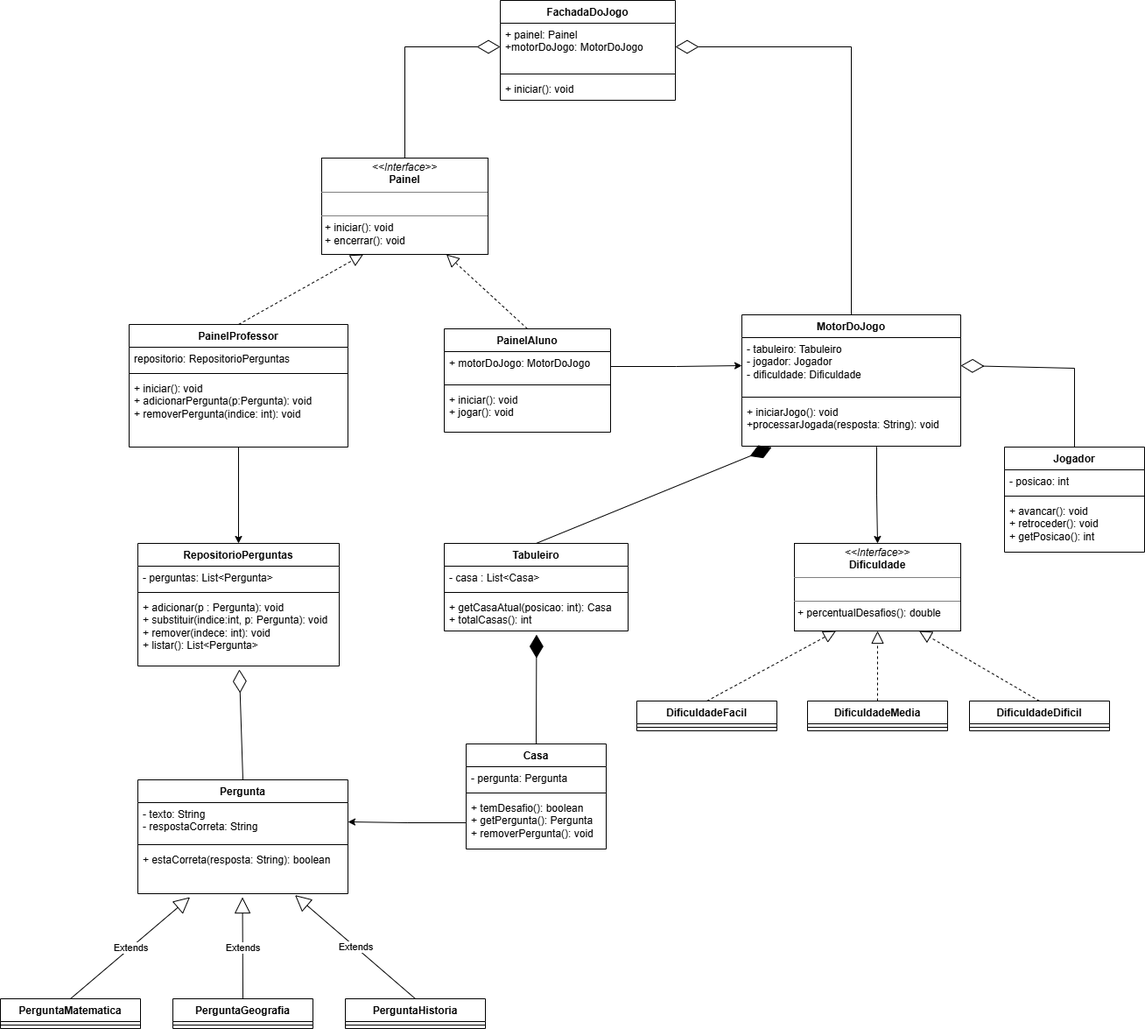
The draw.io diagram docs/Diagrama-Classes.png in AquilaDavid/Trilha-do-Saber, before a commit. Source tidied: cells renumbered, new cells last; positions are measured from the earlier drawing's top-left corner, leaving out a move shared by most shapes.
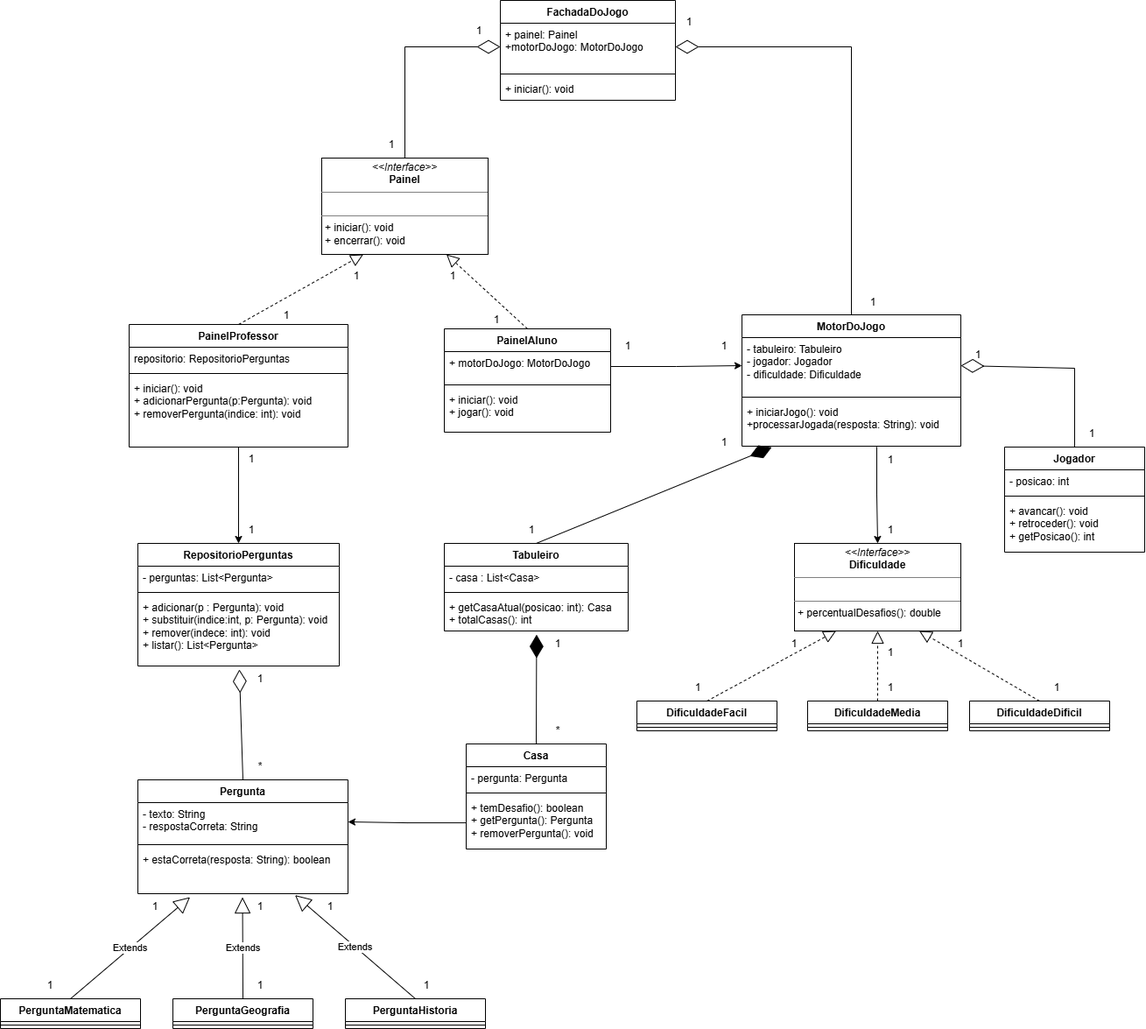
Later version of the same file.

Commit message:
doc: Adição da carnalidade no Diagrama de Classes

Diff of the diagram source:
```diff
@@ -100,9 +100,9 @@
     <mxCell id="31" value="- pergunta: Pergunta" style="text;strokeColor=none;fillColor=none;align=left;verticalAlign=top;spacingLeft=4;spacingRight=4;overflow=hidden;whiteSpace=wrap;html=1;" parent="30" vertex="1">
       <mxGeometry y="26" width="160" height="26" as="geometry" />
     </mxCell>
-    <mxCell id="32" style="line;strokeWidth=1;fillColor=none;align=left;verticalAlign=middle;spacingTop=-1;spacingLeft=3;spacingRight=3;labelPosition=right;strokeColor=inherit;" parent="30" vertex="1">
-      <mxGeometry y="52" width="160" height="8" as="geometry" />
-    </mxCell>
+    <mxCell id="70" style="line;strokeWidth=1;fillColor=none;align=left;verticalAlign=middle;spacingTop=-1;spacingLeft=3;spacingRight=3;labelPosition=right;strokeColor=inherit;" parent="30" vertex="1">
+      <mxGeometry y="52" width="160" height="8" as="geometry" />
+    </mxCell>
     <mxCell id="33" value="+ temDesafio(): boolean&lt;div&gt;+ getPergunta(): Pergunta&lt;/div&gt;&lt;div&gt;+ removerPergunta(): void&lt;/div&gt;&lt;div&gt;&lt;br&gt;&lt;/div&gt;" style="text;strokeColor=none;fillColor=none;align=left;verticalAlign=top;spacingLeft=4;spacingRight=4;overflow=hidden;points=[[0,0.5],[1,0.5]];portConstraint=eastwest;whiteSpace=wrap;html=1;" parent="30" vertex="1">
       <mxGeometry y="60" width="160" height="60" as="geometry" />
     </mxCell>
@@ -145,21 +145,21 @@
     <mxCell id="46" value="PerguntaMatematica" style="swimlane;fontStyle=1;align=center;verticalAlign=top;horizontal=1;startSize=26;whiteSpace=wrap;html=1;" parent="1" vertex="1">
       <mxGeometry y="1140" width="160" height="34" as="geometry" />
     </mxCell>
-    <mxCell id="47" style="line;strokeWidth=1;fillColor=none;align=left;verticalAlign=middle;spacingTop=-1;spacingLeft=3;spacingRight=3;labelPosition=right;strokeColor=inherit;" parent="46" vertex="1">
-      <mxGeometry y="26" width="160" height="8" as="geometry" />
-    </mxCell>
+    <mxCell id="71" style="line;strokeWidth=1;fillColor=none;align=left;verticalAlign=middle;spacingTop=-1;spacingLeft=3;spacingRight=3;labelPosition=right;strokeColor=inherit;" parent="46" vertex="1">
+      <mxGeometry y="26" width="160" height="8" as="geometry" />
+    </mxCell>
     <mxCell id="48" value="PerguntaGeografia" style="swimlane;fontStyle=1;align=center;verticalAlign=top;horizontal=1;startSize=26;whiteSpace=wrap;html=1;" parent="1" vertex="1">
       <mxGeometry x="197" y="1140" width="160" height="34" as="geometry" />
     </mxCell>
-    <mxCell id="49" style="line;strokeWidth=1;fillColor=none;align=left;verticalAlign=middle;spacingTop=-1;spacingLeft=3;spacingRight=3;labelPosition=right;strokeColor=inherit;" parent="48" vertex="1">
-      <mxGeometry y="26" width="160" height="8" as="geometry" />
-    </mxCell>
+    <mxCell id="72" style="line;strokeWidth=1;fillColor=none;align=left;verticalAlign=middle;spacingTop=-1;spacingLeft=3;spacingRight=3;labelPosition=right;strokeColor=inherit;" parent="48" vertex="1">
+      <mxGeometry y="26" width="160" height="8" as="geometry" />
+    </mxCell>
     <mxCell id="50" value="PerguntaHistoria" style="swimlane;fontStyle=1;align=center;verticalAlign=top;horizontal=1;startSize=26;whiteSpace=wrap;html=1;" parent="1" vertex="1">
       <mxGeometry x="394" y="1140" width="160" height="34" as="geometry" />
     </mxCell>
-    <mxCell id="51" style="line;strokeWidth=1;fillColor=none;align=left;verticalAlign=middle;spacingTop=-1;spacingLeft=3;spacingRight=3;labelPosition=right;strokeColor=inherit;" parent="50" vertex="1">
-      <mxGeometry y="26" width="160" height="8" as="geometry" />
-    </mxCell>
+    <mxCell id="73" style="line;strokeWidth=1;fillColor=none;align=left;verticalAlign=middle;spacingTop=-1;spacingLeft=3;spacingRight=3;labelPosition=right;strokeColor=inherit;" parent="50" vertex="1">
+      <mxGeometry y="26" width="160" height="8" as="geometry" />
+    </mxCell>
     <mxCell id="52" value="Extends" style="endArrow=block;endSize=16;endFill=0;html=1;rounded=0;exitX=0.5;exitY=0;exitDx=0;exitDy=0;entryX=0.248;entryY=1.077;entryDx=0;entryDy=0;entryPerimeter=0;" parent="1" edge="1" source="46" target="43">
       <mxGeometry relative="1" as="geometry" />
     </mxCell>
@@ -175,21 +175,21 @@
     <mxCell id="56" value="DificuldadeFacil" style="swimlane;fontStyle=1;align=center;verticalAlign=top;horizontal=1;startSize=26;whiteSpace=wrap;html=1;" parent="1" vertex="1">
       <mxGeometry x="727" y="800" width="160" height="34" as="geometry" />
     </mxCell>
-    <mxCell id="57" style="line;strokeWidth=1;fillColor=none;align=left;verticalAlign=middle;spacingTop=-1;spacingLeft=3;spacingRight=3;labelPosition=right;strokeColor=inherit;" parent="56" vertex="1">
-      <mxGeometry y="26" width="160" height="8" as="geometry" />
-    </mxCell>
+    <mxCell id="74" style="line;strokeWidth=1;fillColor=none;align=left;verticalAlign=middle;spacingTop=-1;spacingLeft=3;spacingRight=3;labelPosition=right;strokeColor=inherit;" parent="56" vertex="1">
+      <mxGeometry y="26" width="160" height="8" as="geometry" />
+    </mxCell>
     <mxCell id="58" value="DificuldadeMedia" style="swimlane;fontStyle=1;align=center;verticalAlign=top;horizontal=1;startSize=26;whiteSpace=wrap;html=1;" parent="1" vertex="1">
       <mxGeometry x="922" y="800" width="160" height="34" as="geometry" />
     </mxCell>
-    <mxCell id="59" style="line;strokeWidth=1;fillColor=none;align=left;verticalAlign=middle;spacingTop=-1;spacingLeft=3;spacingRight=3;labelPosition=right;strokeColor=inherit;" parent="58" vertex="1">
-      <mxGeometry y="26" width="160" height="8" as="geometry" />
-    </mxCell>
+    <mxCell id="75" style="line;strokeWidth=1;fillColor=none;align=left;verticalAlign=middle;spacingTop=-1;spacingLeft=3;spacingRight=3;labelPosition=right;strokeColor=inherit;" parent="58" vertex="1">
+      <mxGeometry y="26" width="160" height="8" as="geometry" />
+    </mxCell>
     <mxCell id="60" value="DificuldadeDificil" style="swimlane;fontStyle=1;align=center;verticalAlign=top;horizontal=1;startSize=26;whiteSpace=wrap;html=1;" parent="1" vertex="1">
       <mxGeometry x="1107" y="800" width="160" height="34" as="geometry" />
     </mxCell>
-    <mxCell id="61" style="line;strokeWidth=1;fillColor=none;align=left;verticalAlign=middle;spacingTop=-1;spacingLeft=3;spacingRight=3;labelPosition=right;strokeColor=inherit;" parent="60" vertex="1">
-      <mxGeometry y="26" width="160" height="8" as="geometry" />
-    </mxCell>
+    <mxCell id="76" style="line;strokeWidth=1;fillColor=none;align=left;verticalAlign=middle;spacingTop=-1;spacingLeft=3;spacingRight=3;labelPosition=right;strokeColor=inherit;" parent="60" vertex="1">
+      <mxGeometry y="26" width="160" height="8" as="geometry" />
+    </mxCell>
     <mxCell id="62" style="endArrow=block;dashed=1;endFill=0;endSize=12;html=1;rounded=0;entryX=0.25;entryY=1;entryDx=0;entryDy=0;exitX=0.5;exitY=0;exitDx=0;exitDy=0;" parent="1" edge="1" source="56" target="55">
       <mxGeometry relative="1" as="geometry" />
     </mxCell>
@@ -205,9 +205,9 @@
     <mxCell id="66" value="- posicao: int" style="text;strokeColor=none;fillColor=none;align=left;verticalAlign=top;spacingLeft=4;spacingRight=4;overflow=hidden;whiteSpace=wrap;html=1;" parent="65" vertex="1">
       <mxGeometry y="26" width="160" height="26" as="geometry" />
     </mxCell>
-    <mxCell id="67" style="line;strokeWidth=1;fillColor=none;align=left;verticalAlign=middle;spacingTop=-1;spacingLeft=3;spacingRight=3;labelPosition=right;strokeColor=inherit;" parent="65" vertex="1">
-      <mxGeometry y="52" width="160" height="8" as="geometry" />
-    </mxCell>
+    <mxCell id="77" style="line;strokeWidth=1;fillColor=none;align=left;verticalAlign=middle;spacingTop=-1;spacingLeft=3;spacingRight=3;labelPosition=right;strokeColor=inherit;" parent="65" vertex="1">
+      <mxGeometry y="52" width="160" height="8" as="geometry" />
+    </mxCell>
     <mxCell id="68" value="+ avancar(): void&lt;div&gt;+ retroceder(): void&lt;/div&gt;&lt;div&gt;+ getPosicao(): int&lt;/div&gt;" style="text;strokeColor=none;fillColor=none;align=left;verticalAlign=top;spacingLeft=4;spacingRight=4;overflow=hidden;whiteSpace=wrap;html=1;" parent="65" vertex="1">
       <mxGeometry y="60" width="160" height="60" as="geometry" />
     </mxCell>
@@ -218,5 +218,107 @@
         </Array>
       </mxGeometry>
     </mxCell>
+    <mxCell id="78" value="1" style="text;html=1;whiteSpace=wrap;strokeColor=none;fillColor=none;align=center;verticalAlign=middle;rounded=0;" parent="1" vertex="1">
+      <mxGeometry x="517" y="20" width="60" height="30" as="geometry" />
+    </mxCell>
+    <mxCell id="79" value="1" style="text;html=1;whiteSpace=wrap;strokeColor=none;fillColor=none;align=center;verticalAlign=middle;rounded=0;" parent="1" vertex="1">
+      <mxGeometry x="417" y="150" width="60" height="30" as="geometry" />
+    </mxCell>
+    <mxCell id="80" value="1" style="text;html=1;whiteSpace=wrap;strokeColor=none;fillColor=none;align=center;verticalAlign=middle;rounded=0;" parent="1" vertex="1">
+      <mxGeometry x="757" y="10" width="60" height="30" as="geometry" />
+    </mxCell>
+    <mxCell id="81" value="1" style="text;html=1;whiteSpace=wrap;strokeColor=none;fillColor=none;align=center;verticalAlign=middle;rounded=0;" parent="1" vertex="1">
+      <mxGeometry x="967" y="330" width="60" height="30" as="geometry" />
+    </mxCell>
+    <mxCell id="82" value="1" style="text;html=1;whiteSpace=wrap;strokeColor=none;fillColor=none;align=center;verticalAlign=middle;rounded=0;" parent="1" vertex="1">
+      <mxGeometry x="377" y="300" width="60" height="30" as="geometry" />
+    </mxCell>
+    <mxCell id="83" value="1" style="text;html=1;whiteSpace=wrap;strokeColor=none;fillColor=none;align=center;verticalAlign=middle;rounded=0;" parent="1" vertex="1">
+      <mxGeometry x="297" y="345" width="60" height="30" as="geometry" />
+    </mxCell>
+    <mxCell id="84" value="1" style="text;html=1;whiteSpace=wrap;strokeColor=none;fillColor=none;align=center;verticalAlign=middle;rounded=0;" parent="1" vertex="1">
+      <mxGeometry x="487" y="300" width="60" height="30" as="geometry" />
+    </mxCell>
+    <mxCell id="85" value="1" style="text;html=1;whiteSpace=wrap;strokeColor=none;fillColor=none;align=center;verticalAlign=middle;rounded=0;" parent="1" vertex="1">
+      <mxGeometry x="537" y="350" width="60" height="30" as="geometry" />
+    </mxCell>
+    <mxCell id="86" value="1" style="text;html=1;whiteSpace=wrap;strokeColor=none;fillColor=none;align=center;verticalAlign=middle;rounded=0;" parent="1" vertex="1">
+      <mxGeometry x="687" y="380" width="60" height="30" as="geometry" />
+    </mxCell>
+    <mxCell id="87" value="1" style="text;html=1;whiteSpace=wrap;strokeColor=none;fillColor=none;align=center;verticalAlign=middle;rounded=0;" parent="1" vertex="1">
+      <mxGeometry x="797" y="380" width="60" height="30" as="geometry" />
+    </mxCell>
+    <mxCell id="88" value="1" style="text;html=1;whiteSpace=wrap;strokeColor=none;fillColor=none;align=center;verticalAlign=middle;rounded=0;" parent="1" vertex="1">
+      <mxGeometry x="257" y="509" width="60" height="30" as="geometry" />
+    </mxCell>
+    <mxCell id="89" value="1" style="text;html=1;whiteSpace=wrap;strokeColor=none;fillColor=none;align=center;verticalAlign=middle;rounded=0;" parent="1" vertex="1">
+      <mxGeometry x="257" y="590" width="60" height="30" as="geometry" />
+    </mxCell>
+    <mxCell id="90" value="1" style="text;html=1;whiteSpace=wrap;strokeColor=none;fillColor=none;align=center;verticalAlign=middle;rounded=0;" parent="1" vertex="1">
+      <mxGeometry x="267" y="760" width="60" height="30" as="geometry" />
+    </mxCell>
+    <mxCell id="91" value="*" style="text;html=1;whiteSpace=wrap;strokeColor=none;fillColor=none;align=center;verticalAlign=middle;rounded=0;" parent="1" vertex="1">
+      <mxGeometry x="267" y="860" width="60" height="30" as="geometry" />
+    </mxCell>
+    <mxCell id="92" value="1" style="text;html=1;whiteSpace=wrap;strokeColor=none;fillColor=none;align=center;verticalAlign=middle;rounded=0;" parent="1" vertex="1">
+      <mxGeometry x="607" y="720" width="60" height="30" as="geometry" />
+    </mxCell>
+    <mxCell id="93" value="*" style="text;html=1;whiteSpace=wrap;strokeColor=none;fillColor=none;align=center;verticalAlign=middle;rounded=0;" parent="1" vertex="1">
+      <mxGeometry x="607" y="819" width="60" height="30" as="geometry" />
+    </mxCell>
+    <mxCell id="94" value="1" style="text;html=1;whiteSpace=wrap;strokeColor=none;fillColor=none;align=center;verticalAlign=middle;rounded=0;" parent="1" vertex="1">
+      <mxGeometry x="1087" y="390" width="60" height="30" as="geometry" />
+    </mxCell>
+    <mxCell id="95" value="1" style="text;html=1;whiteSpace=wrap;strokeColor=none;fillColor=none;align=center;verticalAlign=middle;rounded=0;" parent="1" vertex="1">
+      <mxGeometry x="1217" y="480" width="60" height="30" as="geometry" />
+    </mxCell>
+    <mxCell id="96" value="1" style="text;html=1;whiteSpace=wrap;strokeColor=none;fillColor=none;align=center;verticalAlign=middle;rounded=0;" parent="1" vertex="1">
+      <mxGeometry x="987" y="510" width="60" height="30" as="geometry" />
+    </mxCell>
+    <mxCell id="97" value="1" style="text;html=1;whiteSpace=wrap;strokeColor=none;fillColor=none;align=center;verticalAlign=middle;rounded=0;" parent="1" vertex="1">
+      <mxGeometry x="987" y="590" width="60" height="30" as="geometry" />
+    </mxCell>
+    <mxCell id="98" value="1" style="text;html=1;whiteSpace=wrap;strokeColor=none;fillColor=none;align=center;verticalAlign=middle;rounded=0;" parent="1" vertex="1">
+      <mxGeometry x="797" y="490" width="60" height="30" as="geometry" />
+    </mxCell>
+    <mxCell id="99" value="1" style="text;html=1;whiteSpace=wrap;strokeColor=none;fillColor=none;align=center;verticalAlign=middle;rounded=0;" parent="1" vertex="1">
+      <mxGeometry x="577" y="590" width="60" height="30" as="geometry" />
+    </mxCell>
+    <mxCell id="100" value="1" style="text;html=1;whiteSpace=wrap;strokeColor=none;fillColor=none;align=center;verticalAlign=middle;rounded=0;" parent="1" vertex="1">
+      <mxGeometry x="347" y="1020" width="60" height="30" as="geometry" />
+    </mxCell>
+    <mxCell id="101" value="1" style="text;html=1;whiteSpace=wrap;strokeColor=none;fillColor=none;align=center;verticalAlign=middle;rounded=0;" parent="1" vertex="1">
+      <mxGeometry x="267" y="1020" width="60" height="30" as="geometry" />
+    </mxCell>
+    <mxCell id="102" value="1" style="text;html=1;whiteSpace=wrap;strokeColor=none;fillColor=none;align=center;verticalAlign=middle;rounded=0;" parent="1" vertex="1">
+      <mxGeometry x="147" y="1020" width="60" height="30" as="geometry" />
+    </mxCell>
+    <mxCell id="103" value="1" style="text;html=1;whiteSpace=wrap;strokeColor=none;fillColor=none;align=center;verticalAlign=middle;rounded=0;" parent="1" vertex="1">
+      <mxGeometry x="267" y="1110" width="60" height="30" as="geometry" />
+    </mxCell>
+    <mxCell id="104" value="1" style="text;html=1;whiteSpace=wrap;strokeColor=none;fillColor=none;align=center;verticalAlign=middle;rounded=0;" parent="1" vertex="1">
+      <mxGeometry x="457" y="1110" width="60" height="30" as="geometry" />
+    </mxCell>
+    <mxCell id="105" value="1" style="text;html=1;whiteSpace=wrap;strokeColor=none;fillColor=none;align=center;verticalAlign=middle;rounded=0;" parent="1" vertex="1">
+      <mxGeometry x="27" y="1110" width="60" height="30" as="geometry" />
+    </mxCell>
+    <mxCell id="106" value="1" style="text;html=1;whiteSpace=wrap;strokeColor=none;fillColor=none;align=center;verticalAlign=middle;rounded=0;" parent="1" vertex="1">
+      <mxGeometry x="987" y="730" width="60" height="30" as="geometry" />
+    </mxCell>
+    <mxCell id="107" value="1" style="text;html=1;whiteSpace=wrap;strokeColor=none;fillColor=none;align=center;verticalAlign=middle;rounded=0;" parent="1" vertex="1">
+      <mxGeometry x="987" y="770" width="60" height="30" as="geometry" />
+    </mxCell>
+    <mxCell id="108" value="1" style="text;html=1;whiteSpace=wrap;strokeColor=none;fillColor=none;align=center;verticalAlign=middle;rounded=0;" parent="1" vertex="1">
+      <mxGeometry x="877" y="720" width="60" height="30" as="geometry" />
+    </mxCell>
+    <mxCell id="109" value="1" style="text;html=1;whiteSpace=wrap;strokeColor=none;fillColor=none;align=center;verticalAlign=middle;rounded=0;" parent="1" vertex="1">
+      <mxGeometry x="767" y="770" width="60" height="30" as="geometry" />
+    </mxCell>
+    <mxCell id="110" value="1" style="text;html=1;whiteSpace=wrap;strokeColor=none;fillColor=none;align=center;verticalAlign=middle;rounded=0;" parent="1" vertex="1">
+      <mxGeometry x="1067" y="720" width="60" height="30" as="geometry" />
+    </mxCell>
+    <mxCell id="111" value="1" style="text;html=1;whiteSpace=wrap;strokeColor=none;fillColor=none;align=center;verticalAlign=middle;rounded=0;" parent="1" vertex="1">
+      <mxGeometry x="1177" y="770" width="60" height="30" as="geometry" />
+    </mxCell>
   </root>
 </mxGraphModel>
```
